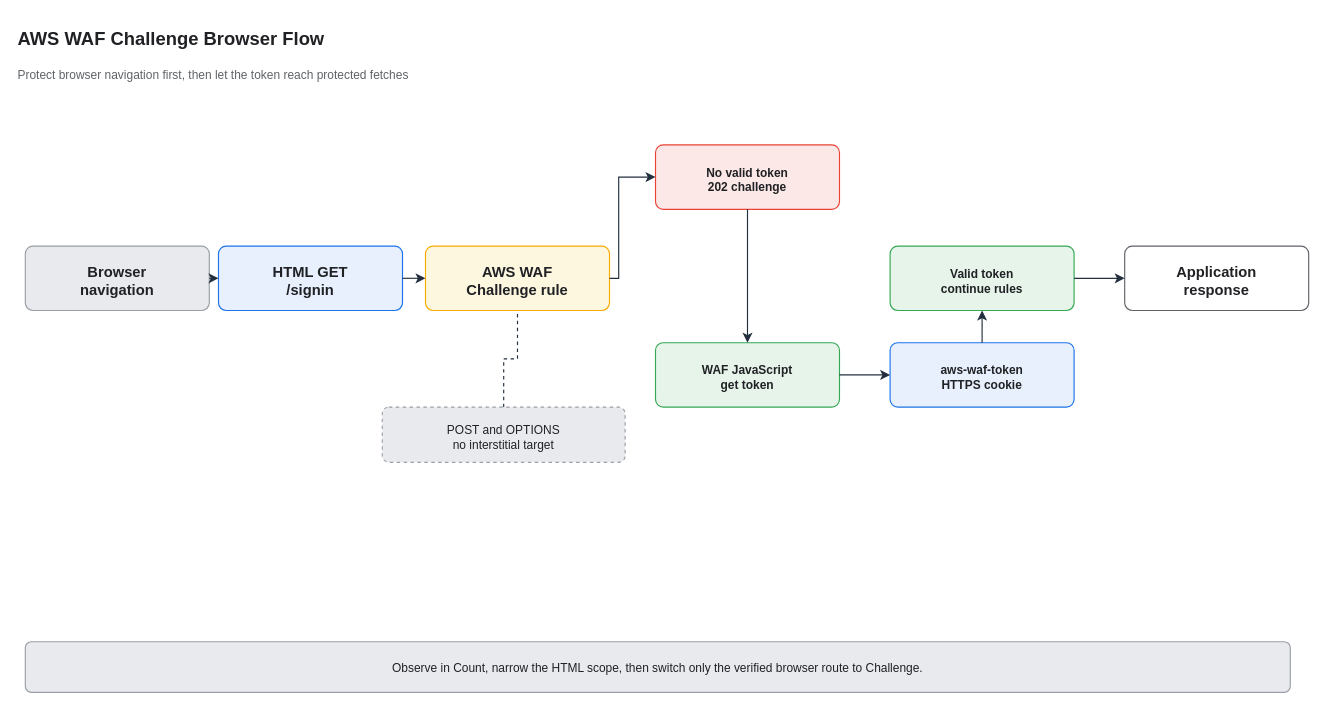
KKamJi98/kkamji98.github.io keeps this draw.io diagram as assets/img/aws/aws-waf-challenge-token-flow.drawio. Above is the earlier version. Source tidied: cells renumbered, new cells numbered last; positions are measured from the earlier drawing's top-left corner, leaving out a move shared by most shapes. Both pictures are drawn from the tidied source at 92%, with x=0, y=0 at pixel (16, 16).
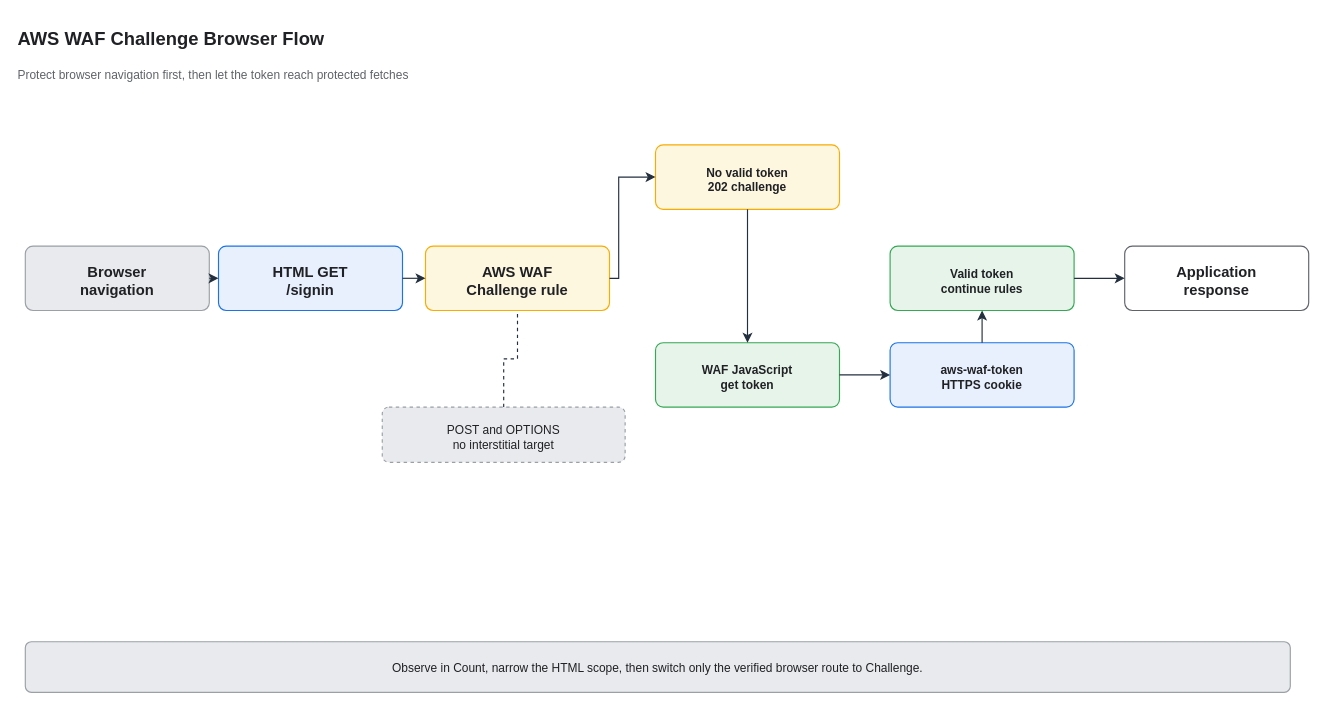
The same page after the edit.

What changed in the source:
```diff
@@
-    <mxCell id="7" value="No valid token&#10;202 challenge" style="rounded=1;whiteSpace=wrap;html=0;fillColor=#fce8e6;strokeColor=#EA4335;fontColor=#202124;fontSize=13;fontStyle=1;arcSize=12;spacingTop=5;strokeWidth=1.25;" parent="1" vertex="1">
+    <mxCell id="7" value="No valid token&#10;202 challenge" style="rounded=1;whiteSpace=wrap;html=0;fillColor=#FEF7E0;strokeColor=#F9AB00;fontColor=#202124;fontSize=13;fontStyle=1;arcSize=12;spacingTop=5;strokeWidth=1.25;" parent="1" vertex="1">
       <mxGeometry x="695" y="140" width="200" height="70" as="geometry" />
     </mxCell>
```
